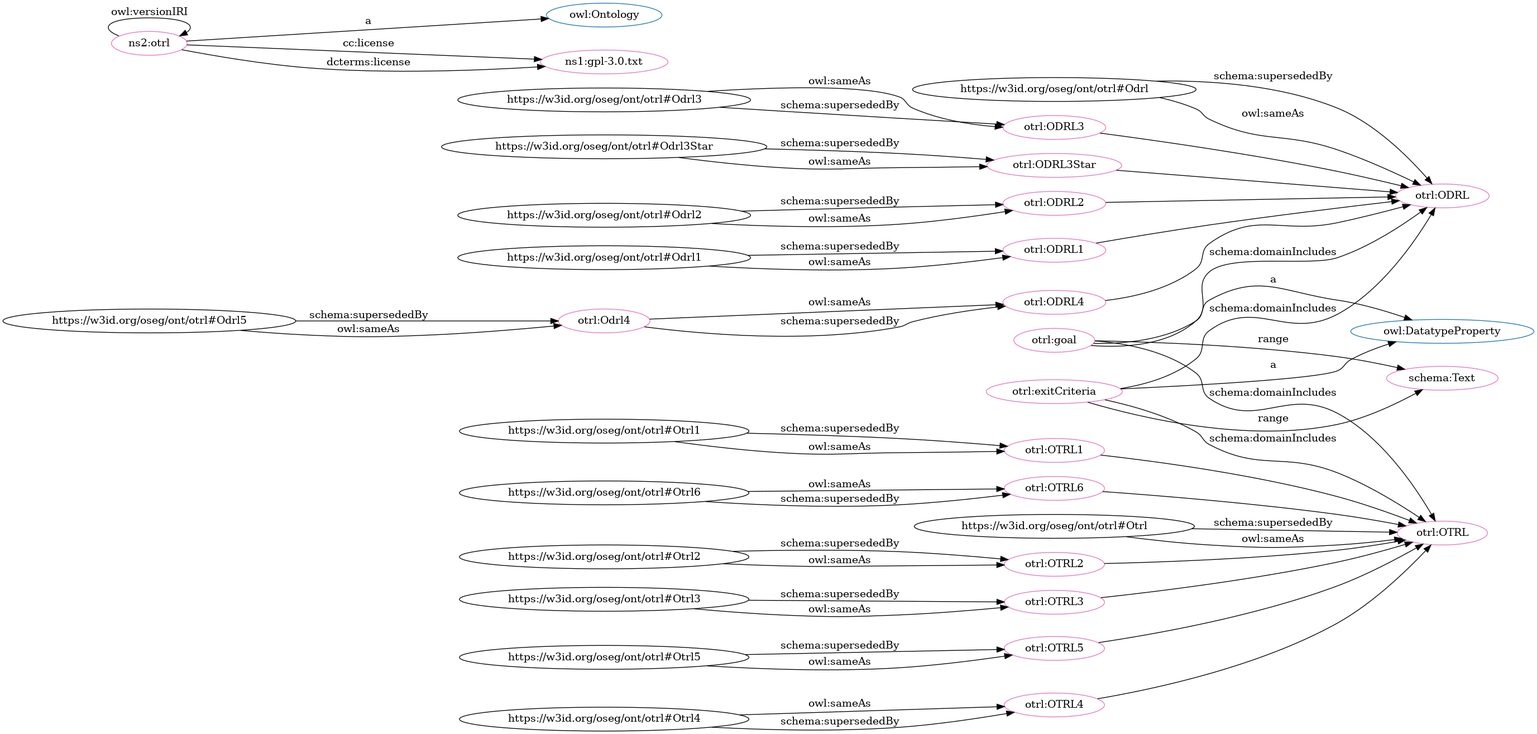
Above: dot_OTRL.png in OPEN-NEXT/OKH-LOSH (Graphviz), before the change. Its source is kept beside it as dot_OTRL.dot.
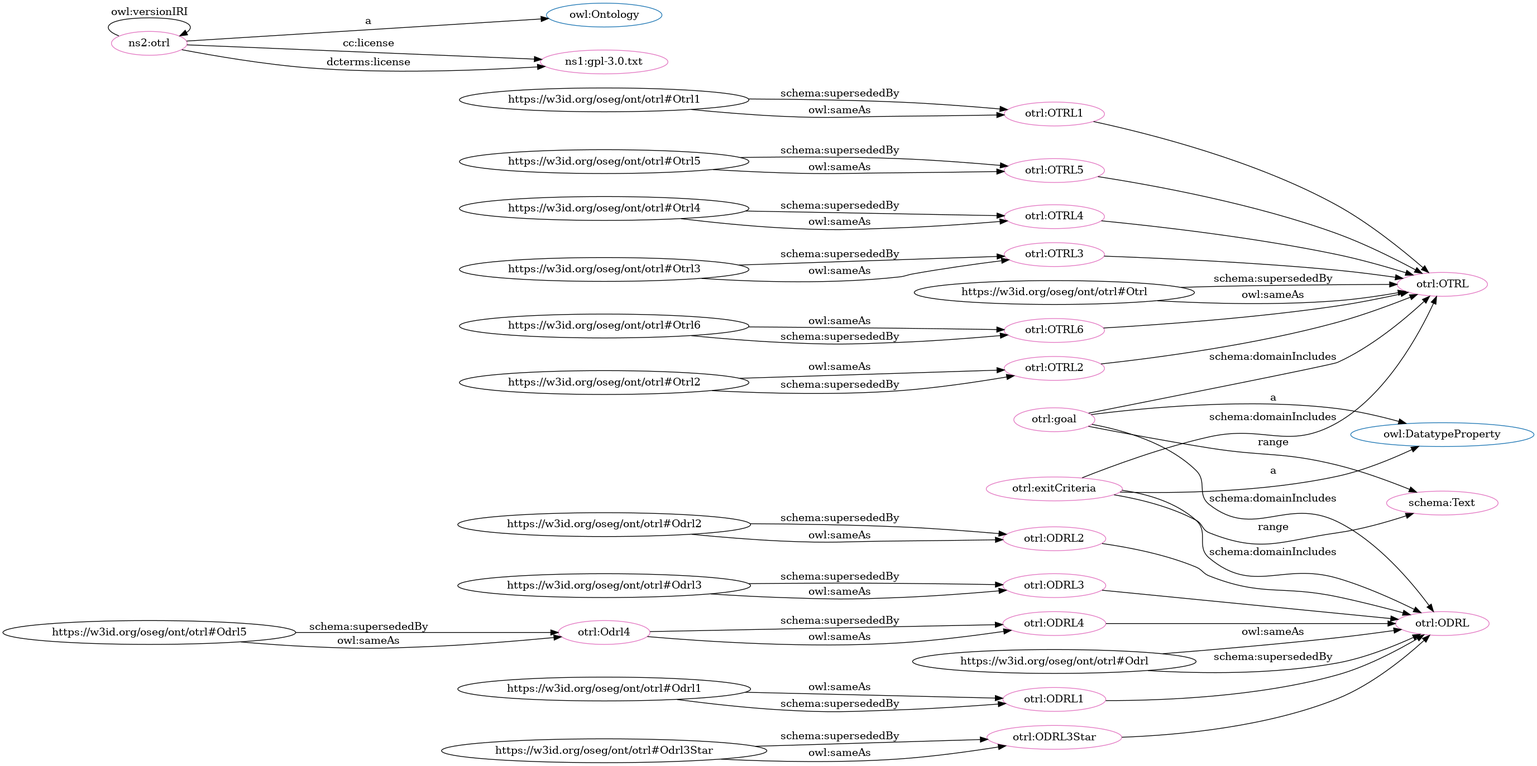
Later version of the same file.

Change to the diagram source:
```diff
@@ -1,89 +1,89 @@
 digraph G {
   rankdir=BT
   node[height=.3]
+"https://w3id.org/oseg/ont/otrl#OTRL4" [fillcolor="#1f77b4" color="#1f77b4" label="otrl:OTRL4"]
+"https://w3id.org/oseg/ont/otrl#ODRL2" [fillcolor="#1f77b4" color="#1f77b4" label="otrl:ODRL2"]
+"https://w3id.org/oseg/ont/otrl#OTRL" [fillcolor="#1f77b4" color="#1f77b4" label="otrl:OTRL"]
 "https://w3id.org/oseg/ont/otrl#ODRL3" [fillcolor="#1f77b4" color="#1f77b4" label="otrl:ODRL3"]
+"http://www.w3.org/2002/07/owl#DatatypeProperty" [fillcolor="#1f77b4" color="#1f77b4" label="owl:DatatypeProperty"]
+"https://w3id.org/oseg/ont/otrl#OTRL3" [fillcolor="#1f77b4" color="#1f77b4" label="otrl:OTRL3"]
+"https://w3id.org/oseg/ont/otrl#ODRL4" [fillcolor="#1f77b4" color="#1f77b4" label="otrl:ODRL4"]
+"https://w3id.org/oseg/ont/otrl#OTRL6" [fillcolor="#1f77b4" color="#1f77b4" label="otrl:OTRL6"]
+"https://w3id.org/oseg/ont/otrl#OTRL2" [fillcolor="#1f77b4" color="#1f77b4" label="otrl:OTRL2"]
+"https://w3id.org/oseg/ont/otrl#ODRL" [fillcolor="#1f77b4" color="#1f77b4" label="otrl:ODRL"]
+"https://w3id.org/oseg/ont/otrl#ODRL1" [fillcolor="#1f77b4" color="#1f77b4" label="otrl:ODRL1"]
+"http://www.w3.org/2002/07/owl#Ontology" [fillcolor="#1f77b4" color="#1f77b4" label="owl:Ontology"]
 "https://w3id.org/oseg/ont/otrl#OTRL1" [fillcolor="#1f77b4" color="#1f77b4" label="otrl:OTRL1"]
-"https://w3id.org/oseg/ont/otrl#OTRL6" [fillcolor="#1f77b4" color="#1f77b4" label="otrl:OTRL6"]
 "https://w3id.org/oseg/ont/otrl#ODRL3Star" [fillcolor="#1f77b4" color="#1f77b4" label="otrl:ODRL3Star"]
-"https://w3id.org/oseg/ont/otrl#ODRL2" [fillcolor="#1f77b4" color="#1f77b4" label="otrl:ODRL2"]
-"https://w3id.org/oseg/ont/otrl#OTRL2" [fillcolor="#1f77b4" color="#1f77b4" label="otrl:OTRL2"]
-"http://www.w3.org/2002/07/owl#Ontology" [fillcolor="#1f77b4" color="#1f77b4" label="owl:Ontology"]
-"http://www.w3.org/2002/07/owl#DatatypeProperty" [fillcolor="#1f77b4" color="#1f77b4" label="owl:DatatypeProperty"]
-"https://w3id.org/oseg/ont/otrl#ODRL" [fillcolor="#1f77b4" color="#1f77b4" label="otrl:ODRL"]
-"https://w3id.org/oseg/ont/otrl#OTRL" [fillcolor="#1f77b4" color="#1f77b4" label="otrl:OTRL"]
-"https://w3id.org/oseg/ont/otrl#ODRL1" [fillcolor="#1f77b4" color="#1f77b4" label="otrl:ODRL1"]
-"https://w3id.org/oseg/ont/otrl#ODRL4" [fillcolor="#1f77b4" color="#1f77b4" label="otrl:ODRL4"]
-"https://w3id.org/oseg/ont/otrl#OTRL3" [fillcolor="#1f77b4" color="#1f77b4" label="otrl:OTRL3"]
 "https://w3id.org/oseg/ont/otrl#OTRL5" [fillcolor="#1f77b4" color="#1f77b4" label="otrl:OTRL5"]
-"https://w3id.org/oseg/ont/otrl#OTRL4" [fillcolor="#1f77b4" color="#1f77b4" label="otrl:OTRL4"]
+"https://w3id.org/oseg/ont/otrl#OTRL" [fillcolor="#e377c2" color="#e377c2" label="otrl:OTRL"]
+"https://www.gnu.org/licenses/gpl-3.0.txt" [fillcolor="#e377c2" color="#e377c2" label="ns1:gpl-3.0.txt"]
+"https://w3id.org/oseg/ont/otrl#ODRL" [fillcolor="#e377c2" color="#e377c2" label="otrl:ODRL"]
+"https://w3id.org/oseg/ont/otrl#ODRL1" [fillcolor="#e377c2" color="#e377c2" label="otrl:ODRL1"]
+"https://w3id.org/oseg/ont/otrl#OTRL1" [fillcolor="#e377c2" color="#e377c2" label="otrl:OTRL1"]
 "https://w3id.org/oseg/ont/otrl#ODRL2" [fillcolor="#e377c2" color="#e377c2" label="otrl:ODRL2"]
+"https://w3id.org/oseg/ont/otrl#OTRL4" [fillcolor="#e377c2" color="#e377c2" label="otrl:OTRL4"]
+"https://w3id.org/oseg/ont/otrl#goal" [fillcolor="#e377c2" color="#e377c2" label="otrl:goal"]
+"https://w3id.org/oseg/ont/otrl#OTRL3" [fillcolor="#e377c2" color="#e377c2" label="otrl:OTRL3"]
+"https://w3id.org/oseg/ont/otrl#Odrl4" [fillcolor="#e377c2" color="#e377c2" label="otrl:Odrl4"]
+"https://w3id.org/oseg/ont/otrl#OTRL2" [fillcolor="#e377c2" color="#e377c2" label="otrl:OTRL2"]
+"https://w3id.org/oseg/ont/otrl#ODRL3" [fillcolor="#e377c2" color="#e377c2" label="otrl:ODRL3"]
 "https://w3id.org/oseg/ont/otrl#ODRL3Star" [fillcolor="#e377c2" color="#e377c2" label="otrl:ODRL3Star"]
+"https://w3id.org/oseg/ont/otrl" [fillcolor="#e377c2" color="#e377c2" label="ns2:otrl"]
+"https://w3id.org/oseg/ont/otrl#ODRL4" [fillcolor="#e377c2" color="#e377c2" label="otrl:ODRL4"]
 "https://w3id.org/oseg/ont/otrl#OTRL6" [fillcolor="#e377c2" color="#e377c2" label="otrl:OTRL6"]
-"https://w3id.org/oseg/ont/otrl#OTRL" [fillcolor="#e377c2" color="#e377c2" label="otrl:OTRL"]
-"https://w3id.org/oseg/ont/otrl#ODRL1" [fillcolor="#e377c2" color="#e377c2" label="otrl:ODRL1"]
-"https://w3id.org/oseg/ont/otrl#ODRL" [fillcolor="#e377c2" color="#e377c2" label="otrl:ODRL"]
 "https://w3id.org/oseg/ont/otrl#OTRL5" [fillcolor="#e377c2" color="#e377c2" label="otrl:OTRL5"]
-"https://w3id.org/oseg/ont/otrl#ODRL3" [fillcolor="#e377c2" color="#e377c2" label="otrl:ODRL3"]
-"https://w3id.org/oseg/ont/otrl#OTRL4" [fillcolor="#e377c2" color="#e377c2" label="otrl:OTRL4"]
-"https://w3id.org/oseg/ont/otrl#OTRL1" [fillcolor="#e377c2" color="#e377c2" label="otrl:OTRL1"]
-"https://w3id.org/oseg/ont/otrl#OTRL3" [fillcolor="#e377c2" color="#e377c2" label="otrl:OTRL3"]
-"https://w3id.org/oseg/ont/otrl#OTRL2" [fillcolor="#e377c2" color="#e377c2" label="otrl:OTRL2"]
-"https://w3id.org/oseg/ont/otrl#ODRL4" [fillcolor="#e377c2" color="#e377c2" label="otrl:ODRL4"]
-"https://www.gnu.org/licenses/gpl-3.0.txt" [fillcolor="#e377c2" color="#e377c2" label="ns1:gpl-3.0.txt"]
-"https://w3id.org/oseg/ont/otrl#Odrl4" [fillcolor="#e377c2" color="#e377c2" label="otrl:Odrl4"]
-"https://w3id.org/oseg/ont/otrl#goal" [fillcolor="#e377c2" color="#e377c2" label="otrl:goal"]
-"https://w3id.org/oseg/ont/otrl" [fillcolor="#e377c2" color="#e377c2" label="ns2:otrl"]
 "http://schema.org/Text" [fillcolor="#e377c2" color="#e377c2" label="schema:Text"]
 "https://w3id.org/oseg/ont/otrl#exitCriteria" [fillcolor="#e377c2" color="#e377c2" label="otrl:exitCriteria"]
+  "https://w3id.org/oseg/ont/otrl#Otrl" -> "https://w3id.org/oseg/ont/otrl#OTRL" [label="schema:supersededBy"]
+  "https://w3id.org/oseg/ont/otrl#OTRL3" -> "https://w3id.org/oseg/ont/otrl#OTRL" [label=""]
+  "https://w3id.org/oseg/ont/otrl" -> "https://www.gnu.org/licenses/gpl-3.0.txt" [label="cc:license"]
+  "https://w3id.org/oseg/ont/otrl#ODRL3" -> "https://w3id.org/oseg/ont/otrl#ODRL" [label=""]
+  "https://w3id.org/oseg/ont/otrl#Odrl" -> "https://w3id.org/oseg/ont/otrl#ODRL" [label="owl:sameAs"]
+  "https://w3id.org/oseg/ont/otrl#Odrl1" -> "https://w3id.org/oseg/ont/otrl#ODRL1" [label="owl:sameAs"]
+  "https://w3id.org/oseg/ont/otrl#Otrl1" -> "https://w3id.org/oseg/ont/otrl#OTRL1" [label="schema:supersededBy"]
+  "https://w3id.org/oseg/ont/otrl#exitCriteria" -> "https://w3id.org/oseg/ont/otrl#ODRL" [label="schema:domainIncludes"]
   "https://w3id.org/oseg/ont/otrl#Odrl2" -> "https://w3id.org/oseg/ont/otrl#ODRL2" [label="schema:supersededBy"]
-  "https://w3id.org/oseg/ont/otrl#Odrl3Star" -> "https://w3id.org/oseg/ont/otrl#ODRL3Star" [label="schema:supersededBy"]
-  "https://w3id.org/oseg/ont/otrl#Otrl6" -> "https://w3id.org/oseg/ont/otrl#OTRL6" [label="owl:sameAs"]
-  "https://w3id.org/oseg/ont/otrl#exitCriteria" -> "https://w3id.org/oseg/ont/otrl#OTRL" [label="schema:domainIncludes"]
-  "https://w3id.org/oseg/ont/otrl#Odrl1" -> "https://w3id.org/oseg/ont/otrl#ODRL1" [label="schema:supersededBy"]
-  "https://w3id.org/oseg/ont/otrl#Odrl" -> "https://w3id.org/oseg/ont/otrl#ODRL" [label="owl:sameAs"]
-  "https://w3id.org/oseg/ont/otrl#Odrl3" -> "https://w3id.org/oseg/ont/otrl#ODRL3" [label="owl:sameAs"]
-  "https://w3id.org/oseg/ont/otrl#Odrl1" -> "https://w3id.org/oseg/ont/otrl#ODRL1" [label="owl:sameAs"]
-  "https://w3id.org/oseg/ont/otrl#Otrl5" -> "https://w3id.org/oseg/ont/otrl#OTRL5" [label="schema:supersededBy"]
-  "https://w3id.org/oseg/ont/otrl#Otrl4" -> "https://w3id.org/oseg/ont/otrl#OTRL4" [label="owl:sameAs"]
   "https://w3id.org/oseg/ont/otrl#goal" -> "https://w3id.org/oseg/ont/otrl#OTRL" [label="schema:domainIncludes"]
-  "https://w3id.org/oseg/ont/otrl#Otrl1" -> "https://w3id.org/oseg/ont/otrl#OTRL1" [label="schema:supersededBy"]
-  "https://w3id.org/oseg/ont/otrl#OTRL5" -> "https://w3id.org/oseg/ont/otrl#OTRL" [label=""]
-  "https://w3id.org/oseg/ont/otrl#ODRL3" -> "https://w3id.org/oseg/ont/otrl#ODRL" [label=""]
-  "https://w3id.org/oseg/ont/otrl#Otrl" -> "https://w3id.org/oseg/ont/otrl#OTRL" [label="schema:supersededBy"]
-  "https://w3id.org/oseg/ont/otrl#ODRL2" -> "https://w3id.org/oseg/ont/otrl#ODRL" [label=""]
+  "https://w3id.org/oseg/ont/otrl#Otrl4" -> "https://w3id.org/oseg/ont/otrl#OTRL4" [label="schema:supersededBy"]
+  "https://w3id.org/oseg/ont/otrl" -> "https://www.gnu.org/licenses/gpl-3.0.txt" [label="dcterms:license"]
+  "https://w3id.org/oseg/ont/otrl#goal" -> "http://www.w3.org/2002/07/owl#DatatypeProperty" [label="a"]
+  "https://w3id.org/oseg/ont/otrl#Otrl" -> "https://w3id.org/oseg/ont/otrl#OTRL" [label="owl:sameAs"]
+  "https://w3id.org/oseg/ont/otrl#Otrl1" -> "https://w3id.org/oseg/ont/otrl#OTRL1" [label="owl:sameAs"]
   "https://w3id.org/oseg/ont/otrl#Otrl3" -> "https://w3id.org/oseg/ont/otrl#OTRL3" [label="schema:supersededBy"]
-  "https://w3id.org/oseg/ont/otrl#exitCriteria" -> "https://w3id.org/oseg/ont/otrl#ODRL" [label="schema:domainIncludes"]
-  "https://w3id.org/oseg/ont/otrl#Otrl2" -> "https://w3id.org/oseg/ont/otrl#OTRL2" [label="schema:supersededBy"]
-  "https://w3id.org/oseg/ont/otrl#goal" -> "https://w3id.org/oseg/ont/otrl#ODRL" [label="schema:domainIncludes"]
-  "https://w3id.org/oseg/ont/otrl#ODRL1" -> "https://w3id.org/oseg/ont/otrl#ODRL" [label=""]
-  "https://w3id.org/oseg/ont/otrl#Otrl4" -> "https://w3id.org/oseg/ont/otrl#OTRL4" [label="schema:supersededBy"]
-  "https://w3id.org/oseg/ont/otrl#Odrl4" -> "https://w3id.org/oseg/ont/otrl#ODRL4" [label="owl:sameAs"]
-  "https://w3id.org/oseg/ont/otrl#OTRL6" -> "https://w3id.org/oseg/ont/otrl#OTRL" [label=""]
-  "https://w3id.org/oseg/ont/otrl#OTRL2" -> "https://w3id.org/oseg/ont/otrl#OTRL" [label=""]
-  "https://w3id.org/oseg/ont/otrl#OTRL3" -> "https://w3id.org/oseg/ont/otrl#OTRL" [label=""]
-  "https://w3id.org/oseg/ont/otrl#Odrl3Star" -> "https://w3id.org/oseg/ont/otrl#ODRL3Star" [label="owl:sameAs"]
-  "https://w3id.org/oseg/ont/otrl" -> "https://www.gnu.org/licenses/gpl-3.0.txt" [label="cc:license"]
-  "https://w3id.org/oseg/ont/otrl" -> "https://www.gnu.org/licenses/gpl-3.0.txt" [label="dcterms:license"]
-  "https://w3id.org/oseg/ont/otrl#Odrl" -> "https://w3id.org/oseg/ont/otrl#ODRL" [label="schema:supersededBy"]
-  "https://w3id.org/oseg/ont/otrl#OTRL4" -> "https://w3id.org/oseg/ont/otrl#OTRL" [label=""]
   "https://w3id.org/oseg/ont/otrl#ODRL4" -> "https://w3id.org/oseg/ont/otrl#ODRL" [label=""]
-  "https://w3id.org/oseg/ont/otrl#Odrl5" -> "https://w3id.org/oseg/ont/otrl#Odrl4" [label="schema:supersededBy"]
-  "https://w3id.org/oseg/ont/otrl#goal" -> "http://www.w3.org/2002/07/owl#DatatypeProperty" [label="a"]
-  "https://w3id.org/oseg/ont/otrl#Otrl5" -> "https://w3id.org/oseg/ont/otrl#OTRL5" [label="owl:sameAs"]
-  "https://w3id.org/oseg/ont/otrl#Otrl" -> "https://w3id.org/oseg/ont/otrl#OTRL" [label="owl:sameAs"]
-  "https://w3id.org/oseg/ont/otrl" -> "http://www.w3.org/2002/07/owl#Ontology" [label="a"]
-  "https://w3id.org/oseg/ont/otrl" -> "https://w3id.org/oseg/ont/otrl" [label="owl:versionIRI"]
-  "https://w3id.org/oseg/ont/otrl#Otrl6" -> "https://w3id.org/oseg/ont/otrl#OTRL6" [label="schema:supersededBy"]
   "https://w3id.org/oseg/ont/otrl#Odrl2" -> "https://w3id.org/oseg/ont/otrl#ODRL2" [label="owl:sameAs"]
-  "https://w3id.org/oseg/ont/otrl#Otrl2" -> "https://w3id.org/oseg/ont/otrl#OTRL2" [label="owl:sameAs"]
-  "https://w3id.org/oseg/ont/otrl#exitCriteria" -> "http://schema.org/Text" [label="range"]
-  "https://w3id.org/oseg/ont/otrl#goal" -> "http://schema.org/Text" [label="range"]
-  "https://w3id.org/oseg/ont/otrl#Odrl4" -> "https://w3id.org/oseg/ont/otrl#ODRL4" [label="schema:supersededBy"]
-  "https://w3id.org/oseg/ont/otrl#exitCriteria" -> "http://www.w3.org/2002/07/owl#DatatypeProperty" [label="a"]
-  "https://w3id.org/oseg/ont/otrl#Odrl5" -> "https://w3id.org/oseg/ont/otrl#Odrl4" [label="owl:sameAs"]
-  "https://w3id.org/oseg/ont/otrl#Odrl3" -> "https://w3id.org/oseg/ont/otrl#ODRL3" [label="schema:supersededBy"]
-  "https://w3id.org/oseg/ont/otrl#Otrl1" -> "https://w3id.org/oseg/ont/otrl#OTRL1" [label="owl:sameAs"]
   "https://w3id.org/oseg/ont/otrl#OTRL1" -> "https://w3id.org/oseg/ont/otrl#OTRL" [label=""]
   "https://w3id.org/oseg/ont/otrl#ODRL3Star" -> "https://w3id.org/oseg/ont/otrl#ODRL" [label=""]
+  "https://w3id.org/oseg/ont/otrl#Odrl5" -> "https://w3id.org/oseg/ont/otrl#Odrl4" [label="schema:supersededBy"]
+  "https://w3id.org/oseg/ont/otrl#OTRL5" -> "https://w3id.org/oseg/ont/otrl#OTRL" [label=""]
+  "https://w3id.org/oseg/ont/otrl#Otrl2" -> "https://w3id.org/oseg/ont/otrl#OTRL2" [label="owl:sameAs"]
+  "https://w3id.org/oseg/ont/otrl#Odrl3" -> "https://w3id.org/oseg/ont/otrl#ODRL3" [label="schema:supersededBy"]
+  "https://w3id.org/oseg/ont/otrl#OTRL6" -> "https://w3id.org/oseg/ont/otrl#OTRL" [label=""]
+  "https://w3id.org/oseg/ont/otrl#Odrl3Star" -> "https://w3id.org/oseg/ont/otrl#ODRL3Star" [label="schema:supersededBy"]
+  "https://w3id.org/oseg/ont/otrl#ODRL1" -> "https://w3id.org/oseg/ont/otrl#ODRL" [label=""]
+  "https://w3id.org/oseg/ont/otrl" -> "https://w3id.org/oseg/ont/otrl" [label="owl:versionIRI"]
+  "https://w3id.org/oseg/ont/otrl#Odrl4" -> "https://w3id.org/oseg/ont/otrl#ODRL4" [label="schema:supersededBy"]
+  "https://w3id.org/oseg/ont/otrl#OTRL2" -> "https://w3id.org/oseg/ont/otrl#OTRL" [label=""]
+  "https://w3id.org/oseg/ont/otrl#goal" -> "https://w3id.org/oseg/ont/otrl#ODRL" [label="schema:domainIncludes"]
+  "https://w3id.org/oseg/ont/otrl#Otrl6" -> "https://w3id.org/oseg/ont/otrl#OTRL6" [label="owl:sameAs"]
+  "https://w3id.org/oseg/ont/otrl#Odrl" -> "https://w3id.org/oseg/ont/otrl#ODRL" [label="schema:supersededBy"]
+  "https://w3id.org/oseg/ont/otrl#Odrl1" -> "https://w3id.org/oseg/ont/otrl#ODRL1" [label="schema:supersededBy"]
+  "https://w3id.org/oseg/ont/otrl#Otrl4" -> "https://w3id.org/oseg/ont/otrl#OTRL4" [label="owl:sameAs"]
+  "https://w3id.org/oseg/ont/otrl" -> "http://www.w3.org/2002/07/owl#Ontology" [label="a"]
   "https://w3id.org/oseg/ont/otrl#Otrl3" -> "https://w3id.org/oseg/ont/otrl#OTRL3" [label="owl:sameAs"]
+  "https://w3id.org/oseg/ont/otrl#ODRL2" -> "https://w3id.org/oseg/ont/otrl#ODRL" [label=""]
+  "https://w3id.org/oseg/ont/otrl#Otrl5" -> "https://w3id.org/oseg/ont/otrl#OTRL5" [label="schema:supersededBy"]
+  "https://w3id.org/oseg/ont/otrl#exitCriteria" -> "https://w3id.org/oseg/ont/otrl#OTRL" [label="schema:domainIncludes"]
+  "https://w3id.org/oseg/ont/otrl#Odrl5" -> "https://w3id.org/oseg/ont/otrl#Odrl4" [label="owl:sameAs"]
+  "https://w3id.org/oseg/ont/otrl#Otrl5" -> "https://w3id.org/oseg/ont/otrl#OTRL5" [label="owl:sameAs"]
+  "https://w3id.org/oseg/ont/otrl#Odrl3" -> "https://w3id.org/oseg/ont/otrl#ODRL3" [label="owl:sameAs"]
+  "https://w3id.org/oseg/ont/otrl#goal" -> "http://schema.org/Text" [label="range"]
+  "https://w3id.org/oseg/ont/otrl#Odrl3Star" -> "https://w3id.org/oseg/ont/otrl#ODRL3Star" [label="owl:sameAs"]
+  "https://w3id.org/oseg/ont/otrl#OTRL4" -> "https://w3id.org/oseg/ont/otrl#OTRL" [label=""]
+  "https://w3id.org/oseg/ont/otrl#exitCriteria" -> "http://schema.org/Text" [label="range"]
+  "https://w3id.org/oseg/ont/otrl#Otrl6" -> "https://w3id.org/oseg/ont/otrl#OTRL6" [label="schema:supersededBy"]
+  "https://w3id.org/oseg/ont/otrl#Odrl4" -> "https://w3id.org/oseg/ont/otrl#ODRL4" [label="owl:sameAs"]
+  "https://w3id.org/oseg/ont/otrl#Otrl2" -> "https://w3id.org/oseg/ont/otrl#OTRL2" [label="schema:supersededBy"]
+  "https://w3id.org/oseg/ont/otrl#exitCriteria" -> "http://www.w3.org/2002/07/owl#DatatypeProperty" [label="a"]
 }
```
